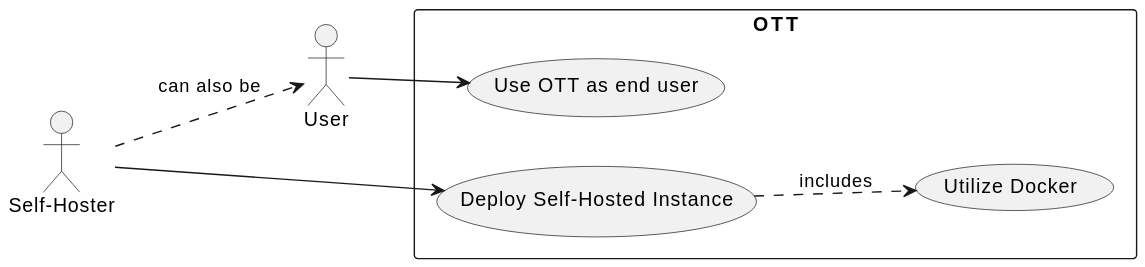
Above: figures/use-case-self-host.svg in dyc3/senior-design (PlantUML), before the change.
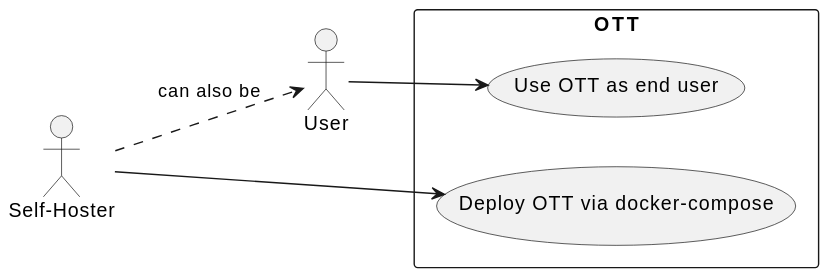
After the commit.

Commit message:
update self hosted and end user use cases (#120)

Diff of the diagram source:
```diff
@@ -3,12 +3,10 @@
 actor "Self-Hoster" as hoster
 actor "User" as user
 rectangle OTT {
-  usecase "Deploy Self-Hosted Instance" as UC1
-  usecase "Utilize Docker" as UC1.1
+  usecase "Deploy OTT via docker-compose" as UC1
   usecase "Use OTT as end user" as UC2
 }
 hoster --> UC1
-UC1 --> UC1.1 #line.dashed : includes
 hoster --> user #line.dashed : can also be
 user --> UC2
 @enduml
```
